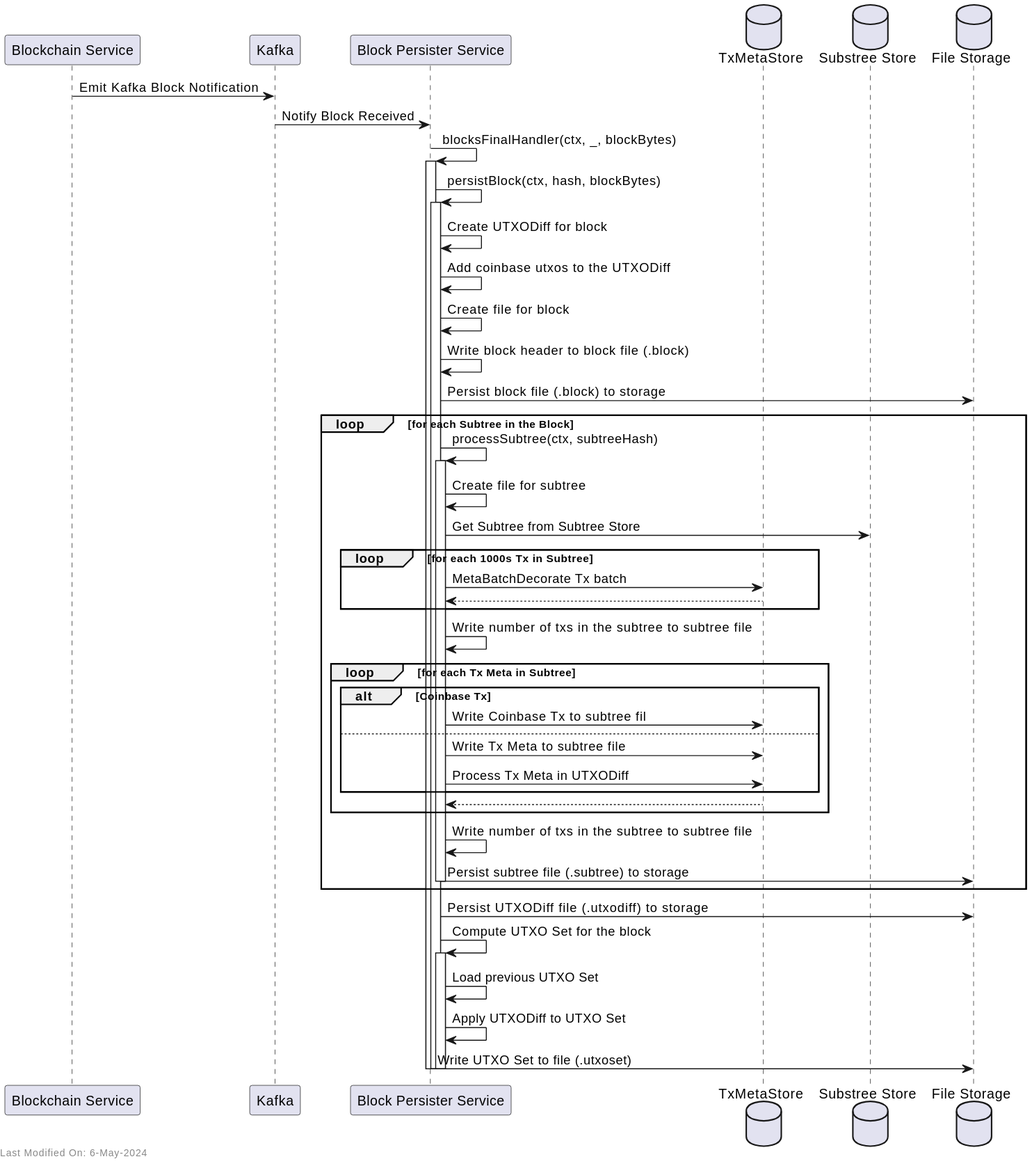
The PlantUML diagram docs/services/img/plantuml/blockpersister/block_persister_receive_new_blocks_subtrees.svg in freemans13/teranode, before a commit. Its source is kept beside it as docs/services/img/plantuml/blockpersister/block_persister_receive_new_blocks_subtrees.puml.
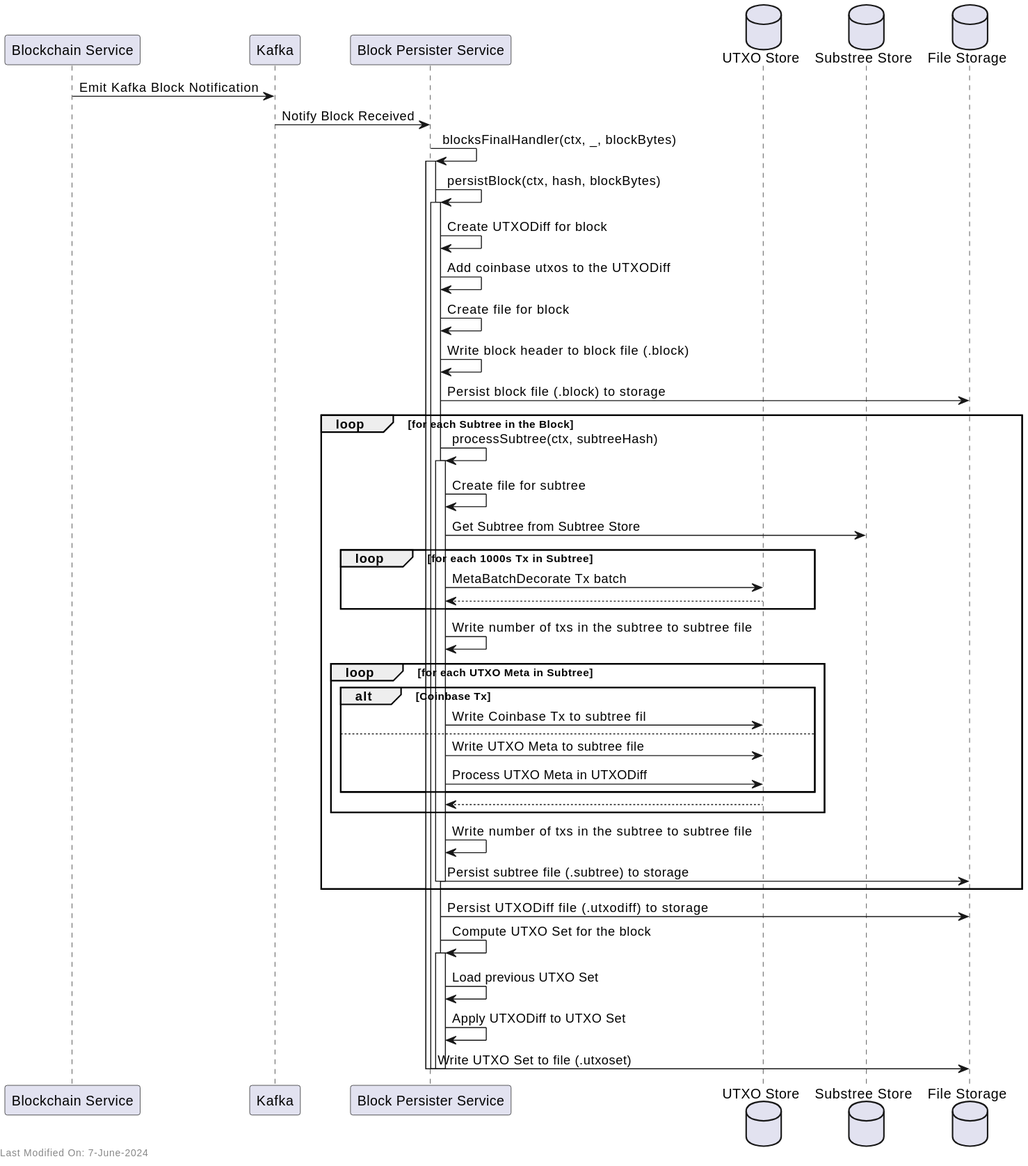
The same file after the commit.

Commit message:
Documentation - UTXO Maps - Updated Block Persister documentation

Diff of the diagram source:
```diff
@@ -2,8 +2,7 @@
 participant "Blockchain Service" as Blockchain
 participant "Kafka" as Kafka
 participant "Block Persister Service" as BlockPersister
-database "TxMetaStore" as TMS
-database "Substree Store" as SubtreeStore
+database "UTXO Store" as TMS
 database "Substree Store" as SubtreeStore
 database "File Storage" as FileStorage
 
@@ -32,12 +31,12 @@
     end
 
     BlockPersister -> BlockPersister: Write number of txs in the subtree to subtree file
-    loop for each Tx Meta in Subtree
+    loop for each UTXO Meta in Subtree
         alt Coinbase Tx
            BlockPersister -> TMS: Write Coinbase Tx to subtree fil
         else
-            BlockPersister -> TMS: Write Tx Meta to subtree file
-            BlockPersister -> TMS: Process Tx Meta in UTXODiff
+            BlockPersister -> TMS: Write UTXO Meta to subtree file
+            BlockPersister -> TMS: Process UTXO Meta in UTXODiff
         end
 
         TMS --> BlockPersister
@@ -64,6 +63,6 @@
 deactivate BlockPersister
 
 
-left footer Last Modified On: 6-May-2024
+left footer Last Modified On: 7-June-2024
 
 @enduml
```
